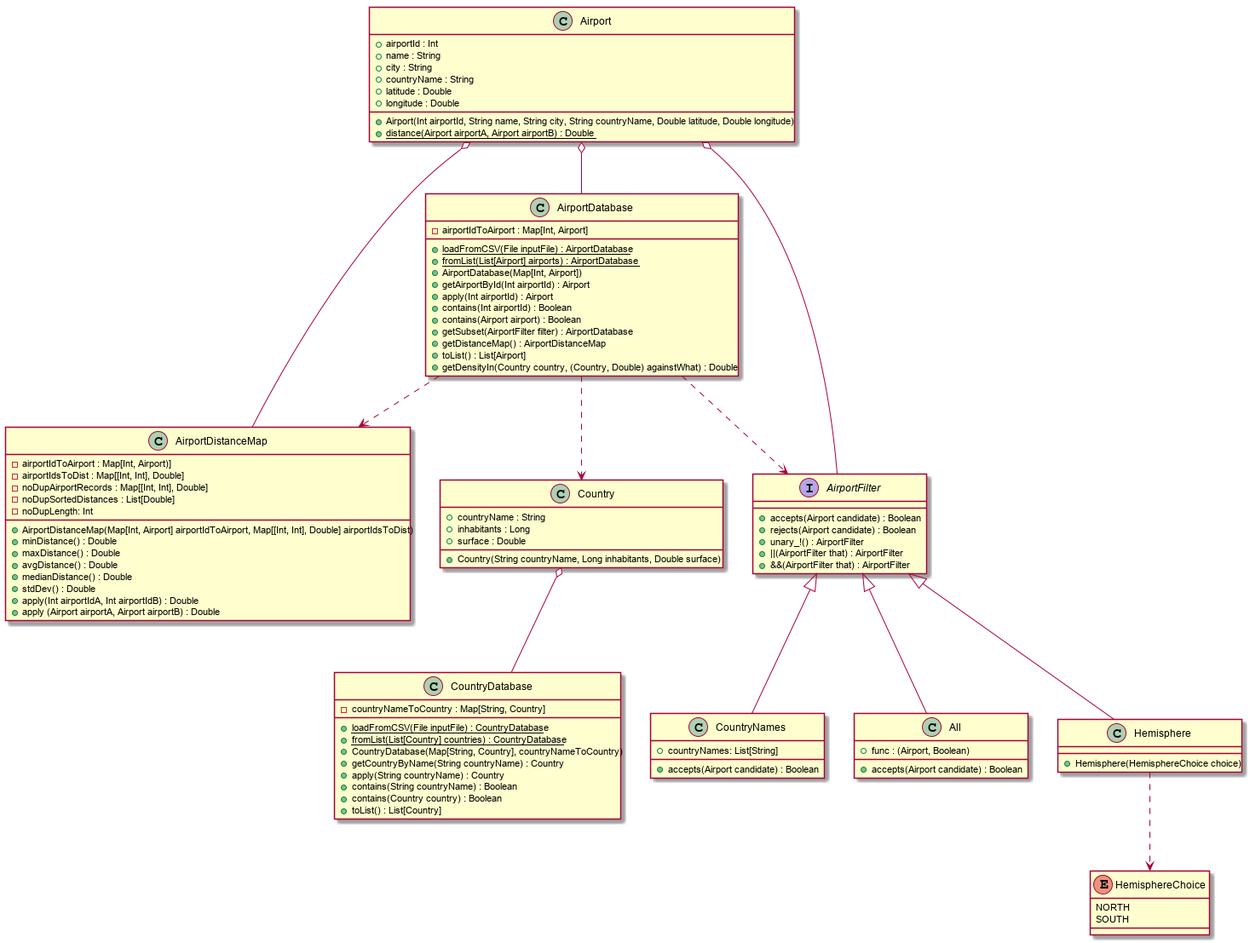
Above: resources/Diagramme_De_Classe.png in pBouillon/OpenFlightStatistics (PlantUML), before the change.
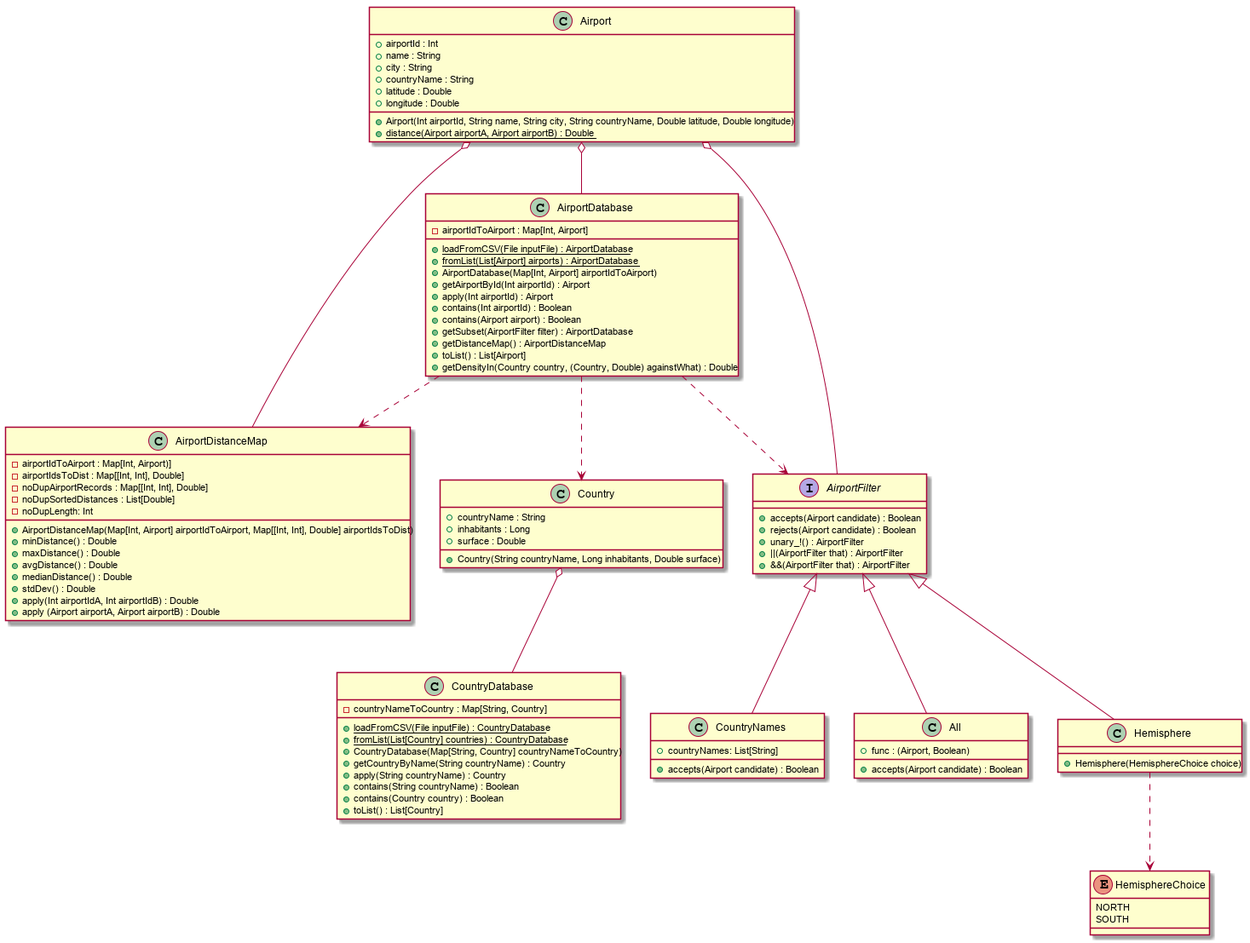
The same diagram one commit later.

Commit message:
Fix typos AirportDatabase et Country

What changed in the source:
```diff
@@ -15,7 +15,7 @@
 	{field} - airportIdToAirport : Map[Int, Airport]
 	+ {static} loadFromCSV(File inputFile) : AirportDatabase
 	+ {static} fromList(List[Airport] airports) : AirportDatabase
-	+ AirportDatabase(Map[Int, Airport])
+	+ AirportDatabase(Map[Int, Airport] airportIdToAirport)
 	+ getAirportById(Int airportId) : Airport
 	+ apply(Int airportId) : Airport
 	+ contains(Int airportId) : Boolean
@@ -53,7 +53,7 @@
 	{field} - countryNameToCountry : Map[String, Country]
 	+ {static} loadFromCSV(File inputFile) : CountryDatabase
 	+ {static} fromList(List[Country] countries) : CountryDatabase
-	+ CountryDatabase(Map[String, Country], countryNameToCountry)
+	+ CountryDatabase(Map[String, Country] countryNameToCountry)
 	+ getCountryByName(String countryName) : Country
 	+ apply(String countryName) : Country
 	+ contains(String countryName) : Boolean
```
